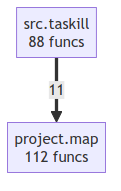
This is project/compact_flow.png from semcod/taskill, a Mermaid export, as it was before one commit. Its source is kept beside it as project/compact_flow.mmd.
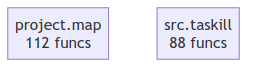
Later version of the same file.

What changed in the source:
```diff
@@ -1,4 +1,3 @@
 flowchart TD
     project__map["project.map<br/>112 funcs"]
     src__taskill["src.taskill<br/>88 funcs"]
-    src__taskill ==>|11| project__map
```
